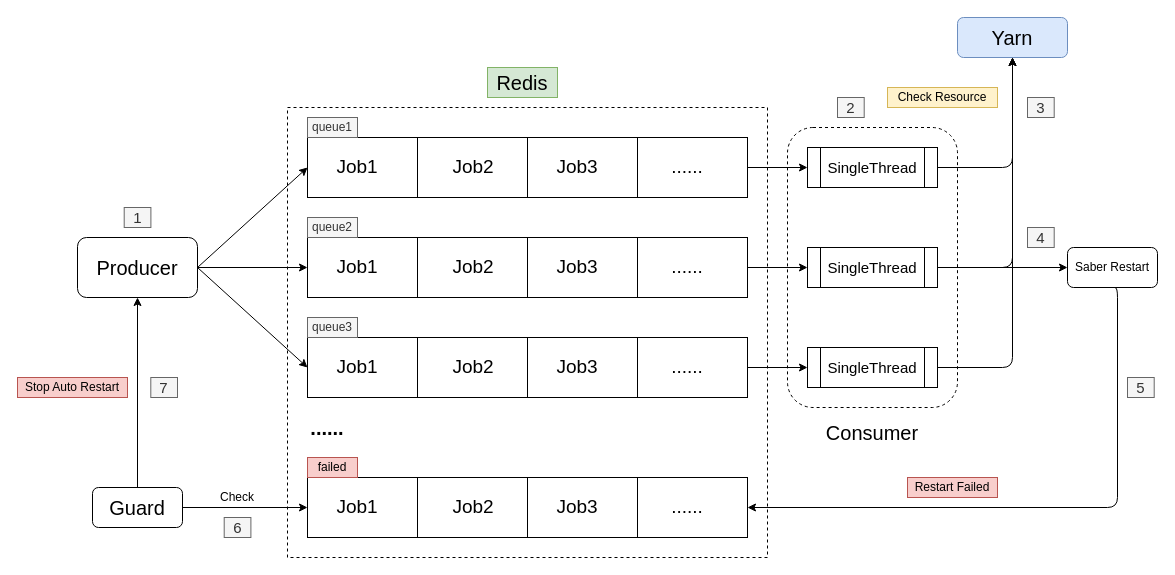
This is warship/AutoScaling-Restart.drawio from imperio-wxm/draw, a draw.io file, before an edit. Source tidied: cells renumbered, new cells numbered last; positions are measured from the earlier drawing's top-left corner, leaving out a move shared by most shapes. Both pictures are drawn from the tidied source at 100%, with x=0, y=0 at pixel (17, 17).
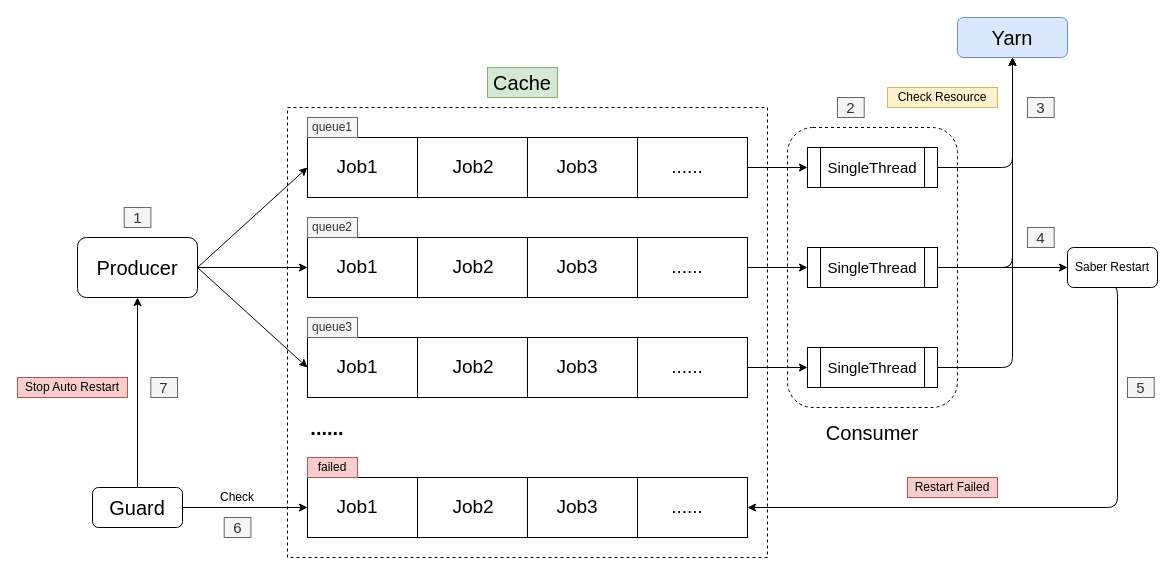
The same diagram, later.

Change to the diagram source:
```diff
@@
-    <mxCell id="70" value="&lt;font style=&quot;font-size: 20px&quot;&gt;Redis&lt;/font&gt;" style="rounded=0;whiteSpace=wrap;html=1;fillColor=#d5e8d4;strokeColor=#82b366;" parent="1" vertex="1">
+    <mxCell id="70" value="&lt;font style=&quot;font-size: 20px&quot;&gt;Cache&lt;/font&gt;" style="rounded=0;whiteSpace=wrap;html=1;fillColor=#d5e8d4;strokeColor=#82b366;" parent="1" vertex="1">
       <mxGeometry x="470" y="50" width="70" height="30" as="geometry" />
     </mxCell>
```
